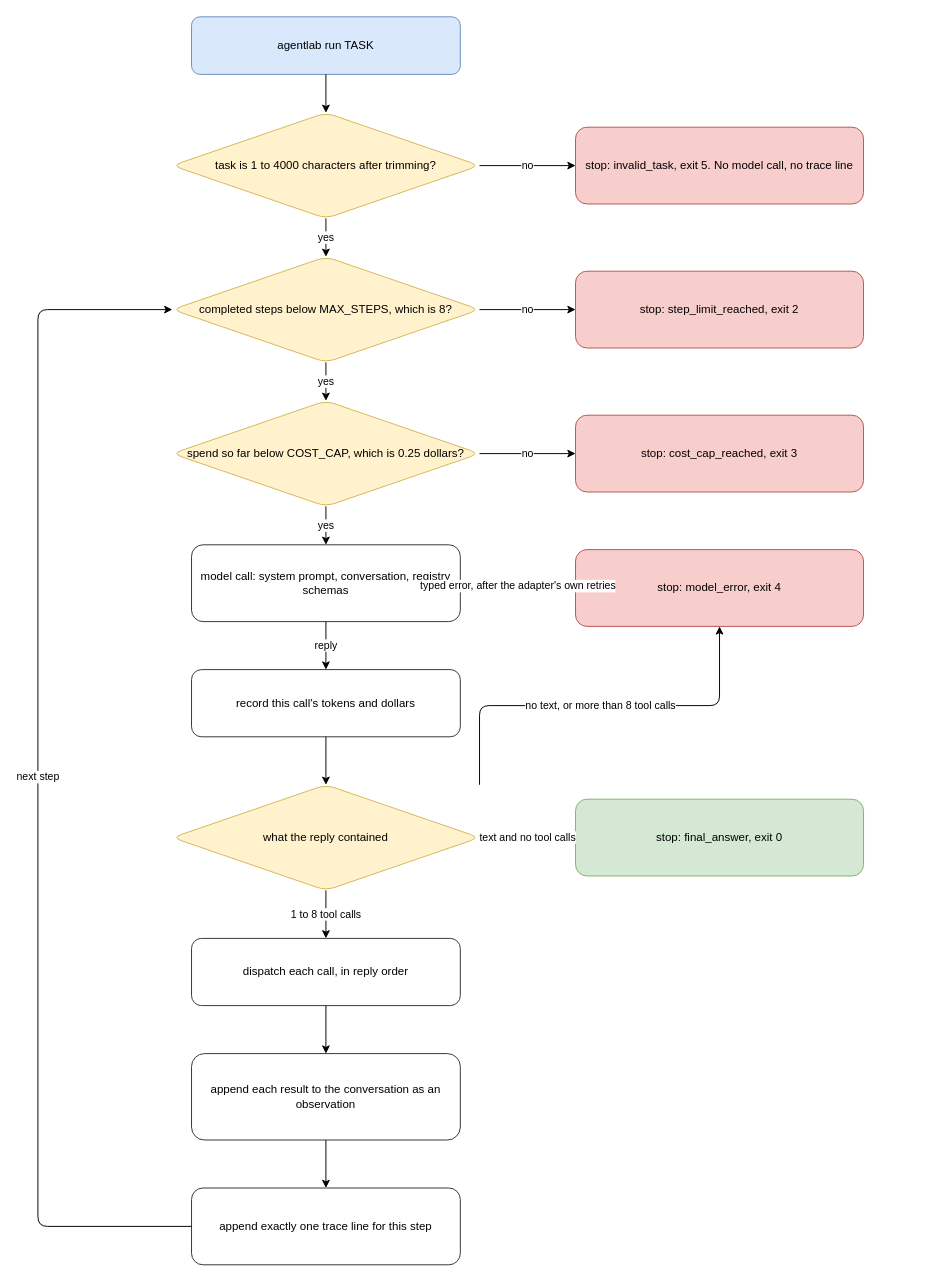
The draw.io diagram page "Run lifecycle" (1 of 2) of docs/architecture.drawio in Iddrisusalima/agent-lab, before the edit. Source tidied: cells renumbered, new cells numbered last; positions are measured from the earlier drawing's top-left corner, leaving out a move shared by most shapes. Both pictures are drawn from the tidied source at 96%, with x=0, y=0 at pixel (37, 16).
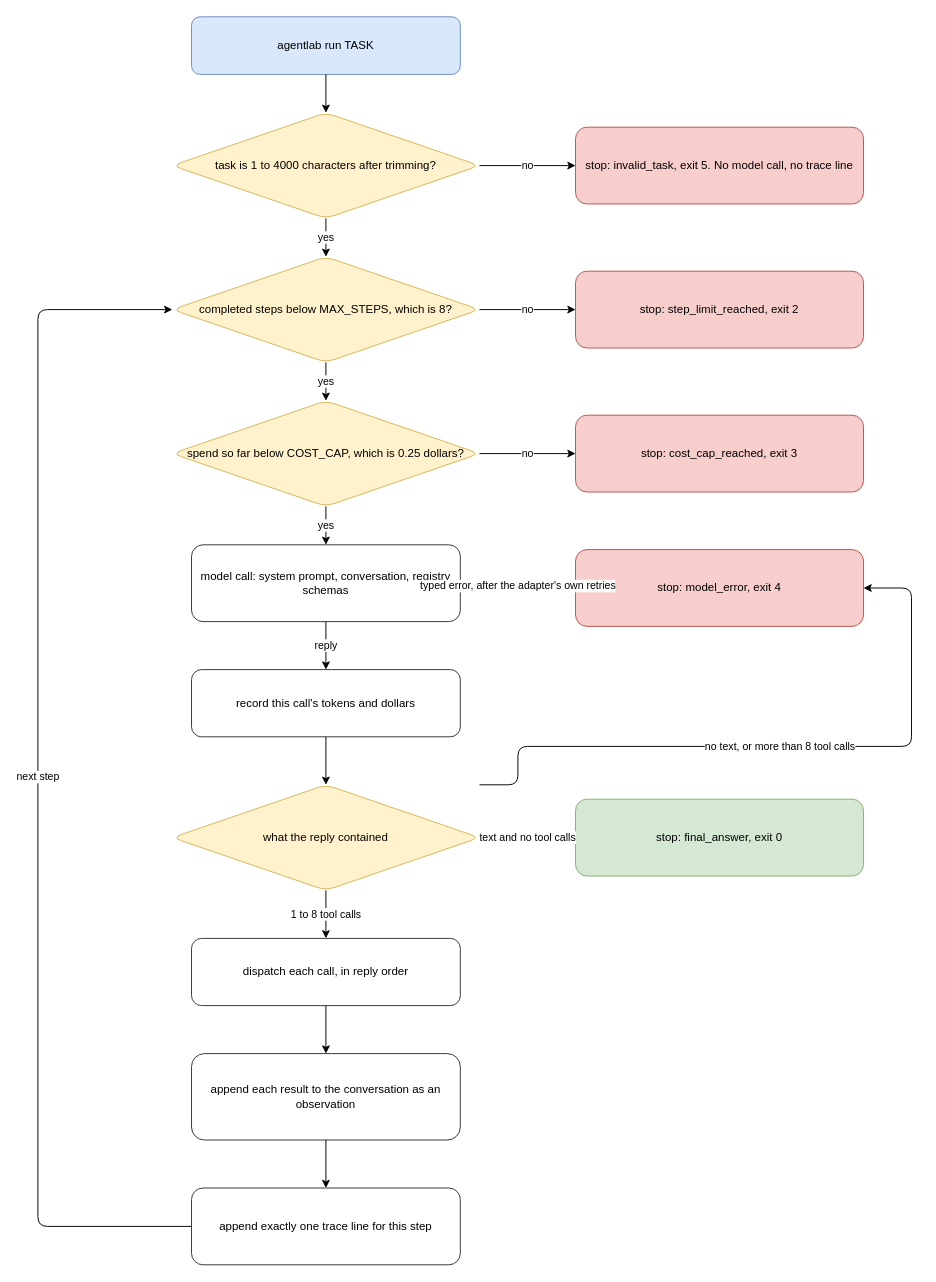
Above is the later version.

Unchanged cells that the change refers to:
```xml
<mxCell id="10" value="stop: model_error, exit 4" style="rounded=1;whiteSpace=wrap;html=1;fillColor=#f8cecc;strokeColor=#b85450;fontColor=#000000;" parent="1" vertex="1">
  <mxGeometry x="560" y="555" width="300" height="80" as="geometry" />
</mxCell>
<mxCell id="12" value="what the reply contained" style="rounded=1;whiteSpace=wrap;html=1;shape=rhombus;fillColor=#fff2cc;strokeColor=#d6b656;fontColor=#000000;" parent="1" vertex="1">
  <mxGeometry x="140" y="800" width="320" height="110" as="geometry" />
</mxCell>
```

The edit, as a diff of the source:
```diff
@@
-    <mxCell id="28" value="no text, or more than 8 tool calls" style="edgeStyle=orthogonalEdgeStyle;rounded=1;html=1;exitX=1;exitY=0;entryX=0.5;entryY=1;" parent="1" edge="1" source="12" target="10">
-      <mxGeometry relative="1" as="geometry" />
+    <mxCell id="28" value="no text, or more than 8 tool calls" style="edgeStyle=orthogonalEdgeStyle;rounded=1;html=1;exitX=1;exitY=0;entryX=1;entryY=0.5;" parent="1" edge="1" source="12" target="10">
+      <mxGeometry relative="1" as="geometry">
+        <Array as="points">
+          <mxPoint x="500" y="800" />
+          <mxPoint x="500" y="760" />
+          <mxPoint x="910" y="760" />
+          <mxPoint x="910" y="595" />
+        </Array>
+      </mxGeometry>
     </mxCell>
```
